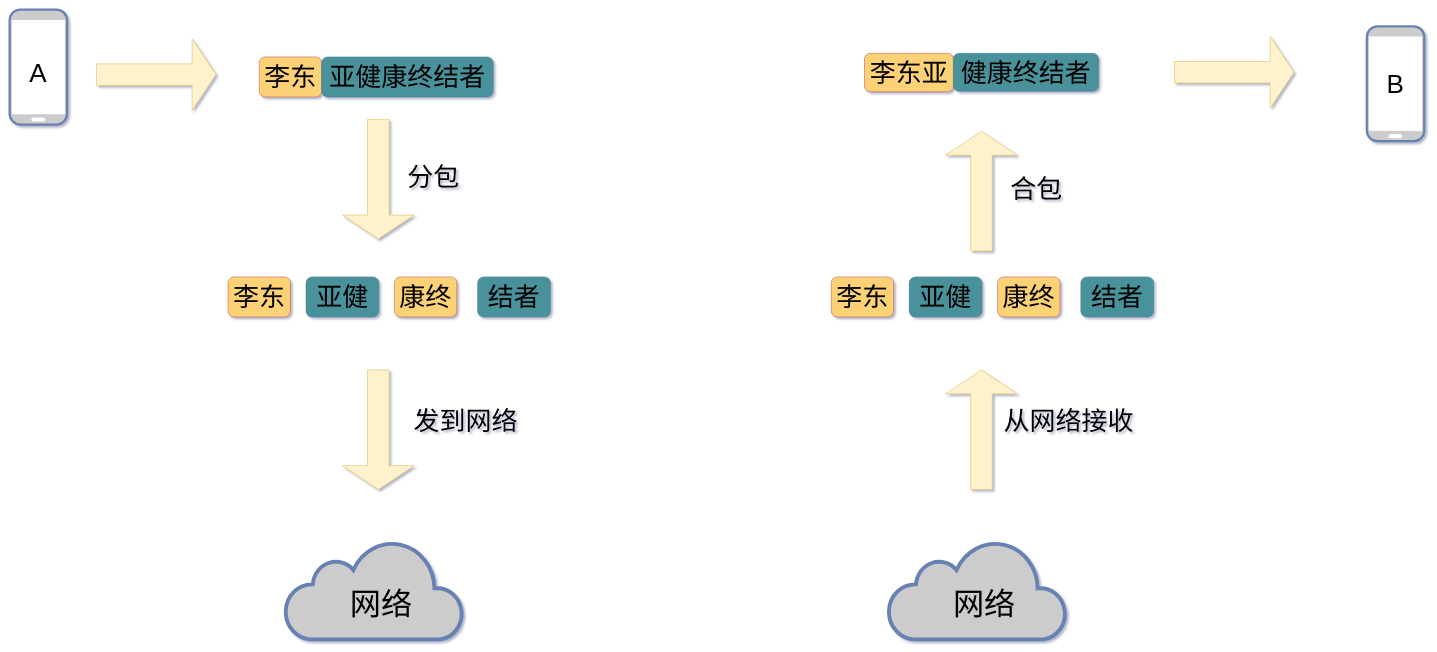
Earlier version of the draw.io diagram network/从网络接受消息.drawio (xiaobaiTech/image). Source tidied: cells renumbered, new cells numbered last; positions are measured from the earlier drawing's top-left corner, leaving out a move shared by most shapes. Both pictures are drawn from the tidied source at 52%, with x=0, y=0 at pixel (9, 9).
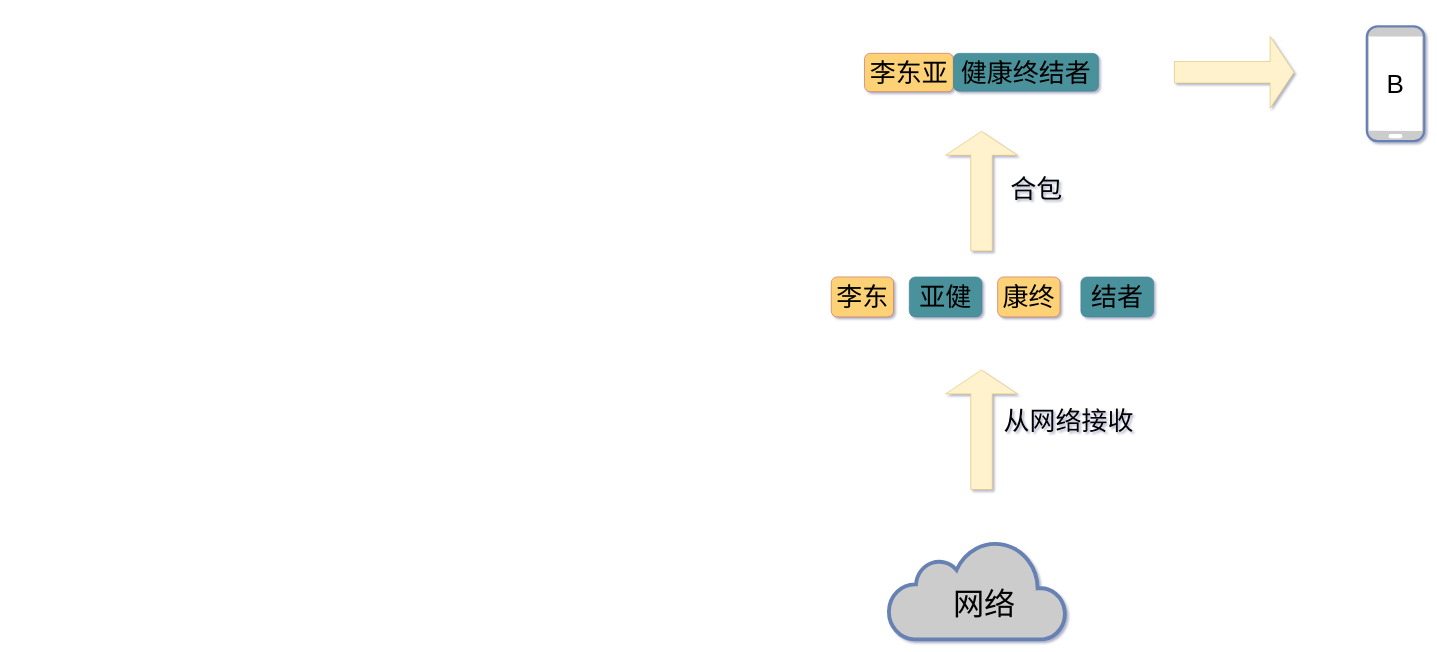
The same diagram, later.

Commit message:
Update 从网络接受消息.drawio

Diff of the diagram source:
```diff
@@
-    <mxCell id="4" value="李东" style="rounded=1;strokeColor=#b85450;fontSize=50;fontFamily=Helvetica;fillColor=#FDD276;labelBackgroundColor=none;labelBorderColor=none;whiteSpace=wrap;html=1;" parent="1" vertex="1">
-      <mxGeometry x="480" y="91" width="120" height="77" as="geometry" />
-    </mxCell>
-    <mxCell id="5" value="亚健康终结者" style="rounded=1;strokeColor=#457B9D;fontSize=50;fontFamily=Helvetica;fillColor=#4A919B;labelBackgroundColor=none;labelBorderColor=none;whiteSpace=wrap;html=1;" parent="1" vertex="1">
-      <mxGeometry x="600" y="91" width="330" height="77" as="geometry" />
-    </mxCell>
-    <mxCell id="6" value="李东" style="rounded=1;strokeColor=#b85450;fontSize=50;fontFamily=Helvetica;fillColor=#FDD276;labelBackgroundColor=none;labelBorderColor=none;whiteSpace=wrap;html=1;" parent="1" vertex="1">
-      <mxGeometry x="420" y="514" width="120" height="77" as="geometry" />
-    </mxCell>
-    <mxCell id="7" value="亚健" style="rounded=1;strokeColor=#457B9D;fontSize=50;fontFamily=Helvetica;fillColor=#4A919B;labelBackgroundColor=none;labelBorderColor=none;whiteSpace=wrap;html=1;" parent="1" vertex="1">
-      <mxGeometry x="570" y="514" width="140" height="77" as="geometry" />
-    </mxCell>
-    <mxCell id="8" value="康终" style="rounded=1;strokeColor=#b85450;fontSize=50;fontFamily=Helvetica;fillColor=#FDD276;labelBackgroundColor=none;labelBorderColor=none;whiteSpace=wrap;html=1;" parent="1" vertex="1">
-      <mxGeometry x="740" y="514" width="120" height="77" as="geometry" />
-    </mxCell>
-    <mxCell id="9" value="结者" style="rounded=1;strokeColor=#457B9D;fontSize=50;fontFamily=Helvetica;fillColor=#4A919B;labelBackgroundColor=none;labelBorderColor=none;whiteSpace=wrap;html=1;" parent="1" vertex="1">
-      <mxGeometry x="900" y="514" width="140" height="77" as="geometry" />
-    </mxCell>
-    <mxCell id="10" style="shape=singleArrow;direction=south;whiteSpace=wrap;html=1;fillColor=#fff2cc;strokeColor=#d6b656;" parent="1" vertex="1">
-      <mxGeometry x="640" y="211" width="138" height="230" as="geometry" />
-    </mxCell>
-    <mxCell id="11" value="&lt;font style=&quot;font-size: 50px&quot;&gt;分包&lt;/font&gt;" style="text;html=1;strokeColor=none;fillColor=none;align=center;verticalAlign=middle;whiteSpace=wrap;rounded=0;" parent="1" vertex="1">
-      <mxGeometry x="740" y="311" width="150" height="20" as="geometry" />
-    </mxCell>
-    <mxCell id="12" style="fontColor=#0066CC;verticalAlign=top;verticalLabelPosition=bottom;labelPosition=center;align=center;html=1;fillColor=#CCCCCC;strokeColor=#6881B3;gradientColor=none;gradientDirection=north;strokeWidth=2;shape=mxgraph.networks.mobile;" parent="1" vertex="1">
-      <mxGeometry width="110.5" height="221" as="geometry" />
-    </mxCell>
-    <mxCell id="13" style="html=1;fillColor=#CCCCCC;strokeColor=#6881B3;gradientColor=none;gradientDirection=north;strokeWidth=2;shape=mxgraph.networks.cloud;fontColor=#ffffff;" parent="1" vertex="1">
-      <mxGeometry x="530" y="1021" width="342" height="190" as="geometry" />
-    </mxCell>
@@
-    <mxCell id="21" style="shape=singleArrow;direction=east;whiteSpace=wrap;html=1;fillColor=#fff2cc;strokeColor=#d6b656;" parent="1" vertex="1">
-      <mxGeometry x="167" y="56" width="230" height="138" as="geometry" />
-    </mxCell>
-    <mxCell id="22" value="&lt;font style=&quot;font-size: 50px&quot;&gt;A&lt;/font&gt;" style="text;html=1;strokeColor=none;fillColor=none;align=center;verticalAlign=middle;whiteSpace=wrap;rounded=0;" parent="1" vertex="1">
-      <mxGeometry x="35" y="111" width="40" height="20" as="geometry" />
-    </mxCell>
@@
-    <mxCell id="25" value="&lt;font style=&quot;font-size: 60px&quot;&gt;网络&lt;/font&gt;" style="text;html=1;strokeColor=none;fillColor=none;align=center;verticalAlign=middle;whiteSpace=wrap;rounded=0;" parent="1" vertex="1">
-      <mxGeometry x="620" y="1131" width="189" height="24.5" as="geometry" />
-    </mxCell>
-    <mxCell id="26" style="shape=singleArrow;direction=south;whiteSpace=wrap;html=1;fillColor=#fff2cc;strokeColor=#d6b656;" parent="1" vertex="1">
-      <mxGeometry x="640" y="693" width="138" height="230" as="geometry" />
-    </mxCell>
-    <mxCell id="27" value="&lt;font style=&quot;font-size: 50px&quot;&gt;发到网络&lt;/font&gt;" style="text;html=1;strokeColor=none;fillColor=none;align=center;verticalAlign=middle;whiteSpace=wrap;rounded=0;" parent="1" vertex="1">
-      <mxGeometry x="740" y="781" width="273.5" height="20" as="geometry" />
-    </mxCell>
```
